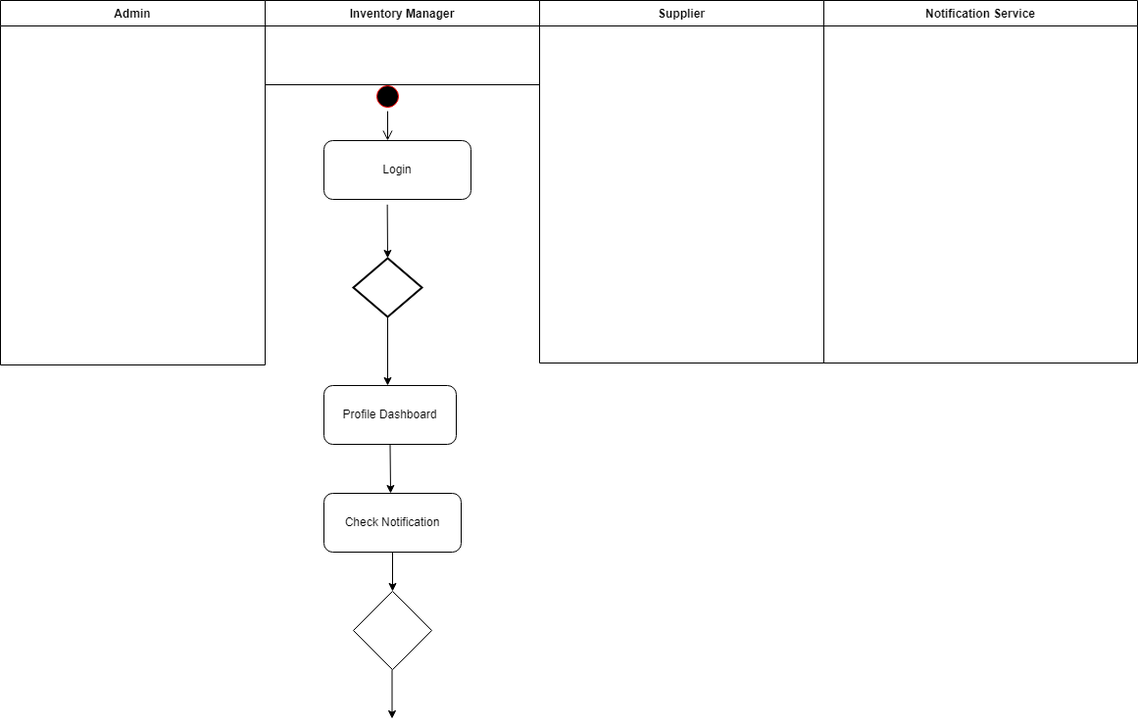
Above: Activity Diagram for Inventory Management System.drawio.png in hrk-berserker27/hrk-berserker27 (draw.io), before the change. Source tidied: cells renumbered, new cells last; positions are measured from the earlier drawing's top-left corner, leaving out a move shared by most shapes. The source it was exported from:
```xml
<mxGraphModel>
  <root>
    <mxCell id="0" />
    <mxCell id="1" parent="0" />
    <mxCell id="2" value="Admin" style="swimlane;fontStyle=1;horizontal=1;startSize=26;fillColor=none;" parent="1" vertex="1">
      <mxGeometry width="270" height="372" as="geometry" />
    </mxCell>
    <mxCell id="3" value="Inventory Manager" style="swimlane;fontStyle=1;align=center;verticalAlign=top;horizontal=1;startSize=26;" parent="1" vertex="1">
      <mxGeometry x="270" width="280" height="86" as="geometry" />
    </mxCell>
    <mxCell id="4" value="Supplier" style="swimlane;fontStyle=1;horizontal=1;startSize=26;fillColor=none;" parent="1" vertex="1">
      <mxGeometry x="550" width="290" height="370" as="geometry" />
    </mxCell>
    <mxCell id="5" value="Notification Service" style="swimlane;fontStyle=1;align=center;verticalAlign=top;horizontal=1;startSize=26;" parent="1" vertex="1">
      <mxGeometry x="840" width="320" height="370" as="geometry" />
    </mxCell>
    <mxCell id="6" style="html=1;verticalAlign=bottom;endArrow=open;endSize=8;strokeColor=#000000;rounded=0;" parent="1" edge="1" source="7">
      <mxGeometry relative="1" as="geometry">
        <mxPoint x="395" y="143" as="targetPoint" />
      </mxGeometry>
    </mxCell>
    <mxCell id="7" style="ellipse;html=1;shape=startState;fillColor=#000000;strokeColor=#ff0000;" parent="1" vertex="1">
      <mxGeometry x="380" y="83" width="30" height="30" as="geometry" />
    </mxCell>
    <mxCell id="8" value="Login" style="rounded=1;whiteSpace=wrap;html=1;" parent="1" vertex="1">
      <mxGeometry x="330" y="143" width="150" height="60" as="geometry" />
    </mxCell>
    <mxCell id="9" style="endArrow=classic;html=1;rounded=0;exitX=0.431;exitY=1.089;exitDx=0;exitDy=0;exitPerimeter=0;" parent="1" edge="1" source="8">
      <mxGeometry relative="1" as="geometry">
        <mxPoint x="395" y="263" as="targetPoint" />
      </mxGeometry>
    </mxCell>
    <mxCell id="10" style="strokeWidth=2;html=1;shape=mxgraph.flowchart.decision;whiteSpace=wrap;" parent="1" vertex="1">
      <mxGeometry x="360" y="263" width="70" height="60" as="geometry" />
    </mxCell>
    <mxCell id="11" style="endArrow=classic;html=1;rounded=0;strokeColor=#000000;exitX=0.5;exitY=1;exitDx=0;exitDy=0;exitPerimeter=0;" parent="1" edge="1" source="10">
      <mxGeometry relative="1" as="geometry">
        <mxPoint x="395" y="393" as="targetPoint" />
      </mxGeometry>
    </mxCell>
    <mxCell id="12" style="edgeStyle=none;rounded=0;orthogonalLoop=1;jettySize=auto;html=1;entryX=0.5;entryY=1;entryDx=0;entryDy=0;entryPerimeter=0;strokeColor=#000000;" parent="1" edge="1" source="10" target="10">
      <mxGeometry relative="1" as="geometry" />
    </mxCell>
    <mxCell id="13" value="Profile Dashboard" style="rounded=1;whiteSpace=wrap;html=1;" parent="1" vertex="1">
      <mxGeometry x="330" y="393" width="135" height="60" as="geometry" />
    </mxCell>
    <mxCell id="14" style="endArrow=classic;html=1;rounded=0;strokeColor=#000000;exitX=0.5;exitY=1;exitDx=0;exitDy=0;" parent="1" edge="1" source="13">
      <mxGeometry relative="1" as="geometry">
        <mxPoint x="398" y="503" as="targetPoint" />
      </mxGeometry>
    </mxCell>
    <mxCell id="15" value="Check Notification" style="rounded=1;whiteSpace=wrap;html=1;" parent="1" vertex="1">
      <mxGeometry x="330" y="503" width="140" height="60" as="geometry" />
    </mxCell>
    <mxCell id="16" style="endArrow=classic;html=1;rounded=0;strokeColor=#000000;exitX=0.5;exitY=1;exitDx=0;exitDy=0;" parent="1" edge="1" source="15">
      <mxGeometry relative="1" as="geometry">
        <mxPoint x="400" y="603" as="targetPoint" />
      </mxGeometry>
    </mxCell>
    <mxCell id="17" style="rhombus;whiteSpace=wrap;html=1;" parent="1" vertex="1">
      <mxGeometry x="360" y="603" width="80" height="80" as="geometry" />
    </mxCell>
    <mxCell id="18" style="endArrow=classic;html=1;rounded=0;strokeColor=#000000;" parent="1" edge="1">
      <mxGeometry relative="1" as="geometry">
        <mxPoint x="399.5" y="683" as="sourcePoint" />
        <mxPoint x="399.5" y="733" as="targetPoint" />
      </mxGeometry>
    </mxCell>
  </root>
</mxGraphModel>
```
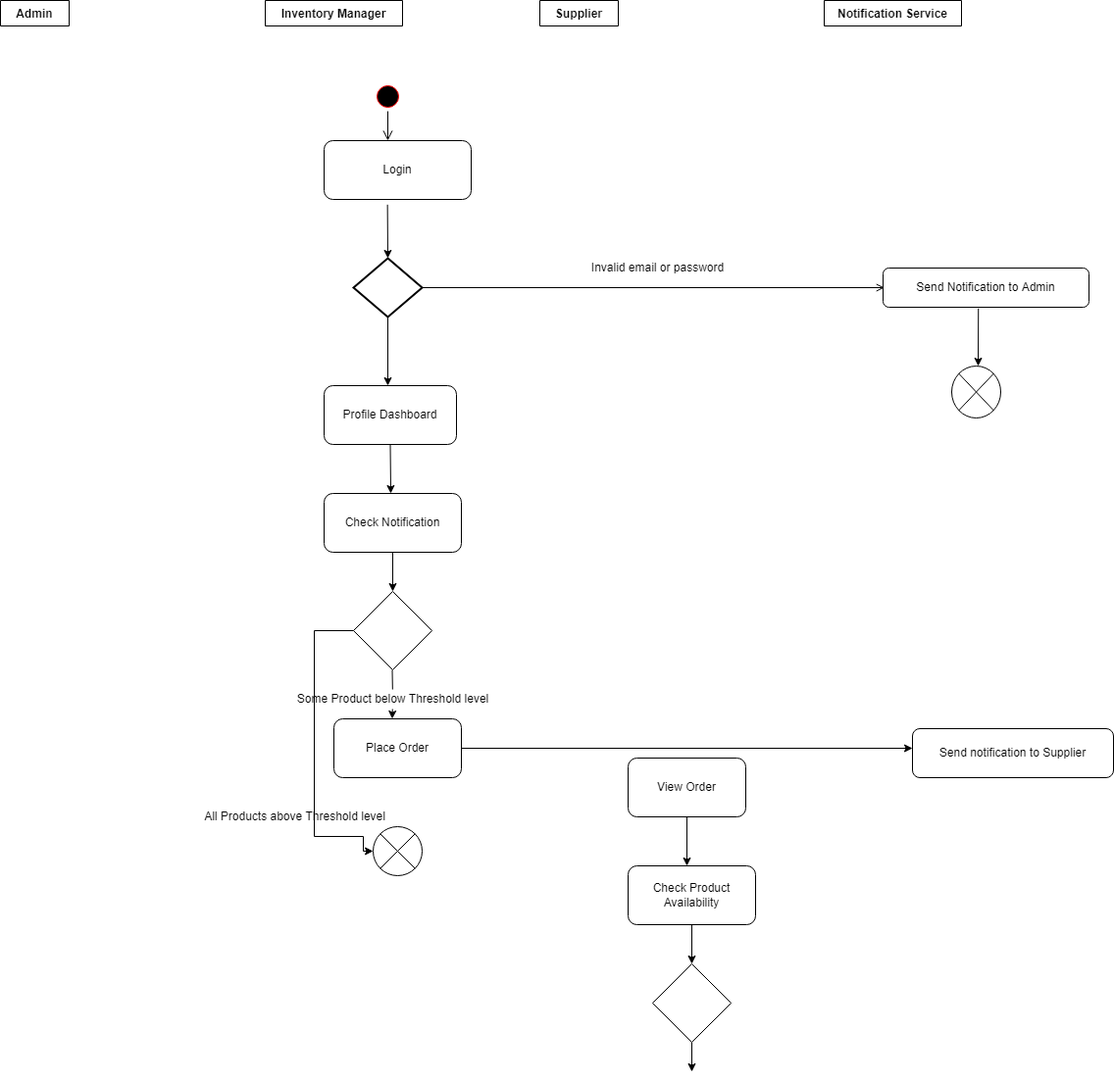
Later version of the same file.

Change to the diagram source:
```diff
@@ -2,17 +2,20 @@
   <root>
     <mxCell id="0" />
     <mxCell id="1" parent="0" />
+    <mxCell id="19" value="Some Product below Threshold level" style="text;html=1;align=center;verticalAlign=middle;points=[];fillColor=none;strokeColor=none;rounded=0;" parent="1" vertex="1">
+      <mxGeometry x="295" y="703" width="210" height="20" as="geometry" />
+    </mxCell>
-    <mxCell id="2" value="Admin" style="swimlane;fontStyle=1;horizontal=1;startSize=26;fillColor=none;" parent="1" vertex="1">
-      <mxGeometry width="270" height="372" as="geometry" />
+    <mxCell id="2" value="Admin" style="swimlane;fontStyle=1;horizontal=1;startSize=26;fillColor=none;" parent="1" vertex="1" collapsed="1">
+      <mxGeometry width="70" height="26" as="geometry" />
     </mxCell>
-    <mxCell id="3" value="Inventory Manager" style="swimlane;fontStyle=1;align=center;verticalAlign=top;horizontal=1;startSize=26;" parent="1" vertex="1">
-      <mxGeometry x="270" width="280" height="86" as="geometry" />
+    <mxCell id="3" value="Inventory Manager" style="swimlane;fontStyle=1;align=center;verticalAlign=top;horizontal=1;startSize=26;" parent="1" vertex="1" collapsed="1">
+      <mxGeometry x="270" width="140" height="26" as="geometry" />
     </mxCell>
-    <mxCell id="4" value="Supplier" style="swimlane;fontStyle=1;horizontal=1;startSize=26;fillColor=none;" parent="1" vertex="1">
-      <mxGeometry x="550" width="290" height="370" as="geometry" />
+    <mxCell id="4" value="Supplier" style="swimlane;fontStyle=1;horizontal=1;startSize=26;fillColor=none;" parent="1" vertex="1" collapsed="1">
+      <mxGeometry x="550" width="80" height="26" as="geometry" />
     </mxCell>
-    <mxCell id="5" value="Notification Service" style="swimlane;fontStyle=1;align=center;verticalAlign=top;horizontal=1;startSize=26;" parent="1" vertex="1">
-      <mxGeometry x="840" width="320" height="370" as="geometry" />
+    <mxCell id="5" value="Notification Service" style="swimlane;fontStyle=1;align=center;verticalAlign=top;horizontal=1;startSize=26;" parent="1" vertex="1" collapsed="1">
+      <mxGeometry x="840" width="140" height="26" as="geometry" />
     </mxCell>
     <mxCell id="6" style="html=1;verticalAlign=bottom;endArrow=open;endSize=8;strokeColor=#000000;rounded=0;" parent="1" edge="1" source="7">
       <mxGeometry relative="1" as="geometry">
@@ -60,11 +63,85 @@
     <mxCell id="17" style="rhombus;whiteSpace=wrap;html=1;" parent="1" vertex="1">
       <mxGeometry x="360" y="603" width="80" height="80" as="geometry" />
     </mxCell>
-    <mxCell id="18" style="endArrow=classic;html=1;rounded=0;strokeColor=#000000;" parent="1" edge="1">
+    <mxCell id="18" style="endArrow=classic;html=1;rounded=0;strokeColor=#000000;startArrow=none;" parent="1" edge="1" source="19">
       <mxGeometry relative="1" as="geometry">
-        <mxPoint x="399.5" y="683" as="sourcePoint" />
         <mxPoint x="399.5" y="733" as="targetPoint" />
       </mxGeometry>
     </mxCell>
+    <mxCell id="20" value="Place Order" style="rounded=1;whiteSpace=wrap;html=1;" parent="1" vertex="1">
+      <mxGeometry x="340" y="733" width="130" height="60" as="geometry" />
+    </mxCell>
+    <mxCell id="21" style="verticalLabelPosition=bottom;verticalAlign=top;html=1;shape=mxgraph.flowchart.or;" parent="1" vertex="1">
+      <mxGeometry x="380" y="843" width="50" height="50" as="geometry" />
+    </mxCell>
+    <mxCell id="22" style="endArrow=open;html=1;rounded=0;strokeColor=#000000;exitX=1;exitY=0.5;exitDx=0;exitDy=0;exitPerimeter=0;endFill=0;" parent="1" edge="1" source="10">
+      <mxGeometry relative="1" as="geometry">
+        <mxPoint x="901.3" y="293" as="targetPoint" />
+      </mxGeometry>
+    </mxCell>
+    <mxCell id="23" value="Send Notification to Admin" style="rounded=1;whiteSpace=wrap;html=1;" parent="1" vertex="1">
+      <mxGeometry x="900" y="273" width="210" height="40" as="geometry" />
+    </mxCell>
+    <mxCell id="24" style="endArrow=classic;html=1;rounded=0;strokeColor=#000000;exitX=0.463;exitY=1.032;exitDx=0;exitDy=0;exitPerimeter=0;" parent="1" edge="1" source="23">
+      <mxGeometry relative="1" as="geometry">
+        <mxPoint x="997" y="373" as="targetPoint" />
+      </mxGeometry>
+    </mxCell>
+    <mxCell id="25" style="verticalLabelPosition=bottom;verticalAlign=top;html=1;shape=mxgraph.flowchart.or;" parent="1" vertex="1">
+      <mxGeometry x="970" y="373" width="50" height="53" as="geometry" />
+    </mxCell>
+    <mxCell id="26" style="endArrow=none;html=1;rounded=0;strokeColor=#000000;" parent="1" edge="1" target="19">
+      <mxGeometry relative="1" as="geometry">
+        <mxPoint x="399.5" y="683" as="sourcePoint" />
+      </mxGeometry>
+    </mxCell>
+    <mxCell id="27" style="endArrow=classic;html=1;rounded=0;strokeColor=#000000;exitX=0;exitY=0.5;exitDx=0;exitDy=0;edgeStyle=orthogonalEdgeStyle;entryX=0;entryY=0.5;entryDx=0;entryDy=0;entryPerimeter=0;" parent="1" edge="1" source="17" target="21">
+      <mxGeometry relative="1" as="geometry">
+        <Array as="points">
+          <mxPoint x="320" y="643" />
+          <mxPoint x="320" y="853" />
+          <mxPoint x="370" y="853" />
+          <mxPoint x="370" y="868" />
+        </Array>
+      </mxGeometry>
+    </mxCell>
+    <mxCell id="28" value="All Products above Threshold level" style="text;html=1;align=center;verticalAlign=middle;fillColor=none;strokeColor=none;rounded=0;" parent="1" vertex="1">
+      <mxGeometry x="200" y="823" width="200" height="20" as="geometry" />
+    </mxCell>
+    <mxCell id="29" value="Invalid email or password" style="text;html=1;align=center;verticalAlign=middle;fillColor=none;strokeColor=none;rounded=0;" parent="1" vertex="1">
+      <mxGeometry x="595" y="263" width="150" height="20" as="geometry" />
+    </mxCell>
+    <mxCell id="30" style="endArrow=classic;html=1;rounded=0;strokeColor=#000000;exitX=1;exitY=0.5;exitDx=0;exitDy=0;" parent="1" edge="1" source="20">
+      <mxGeometry relative="1" as="geometry">
+        <mxPoint x="930" y="763" as="targetPoint" />
+      </mxGeometry>
+    </mxCell>
+    <mxCell id="31" value="Send notification to Supplier" style="rounded=1;whiteSpace=wrap;html=1;" parent="1" vertex="1">
+      <mxGeometry x="930" y="743" width="205" height="50" as="geometry" />
+    </mxCell>
+    <mxCell id="32" value="View Order" style="rounded=1;whiteSpace=wrap;html=1;" parent="1" vertex="1">
+      <mxGeometry x="640" y="773" width="120" height="60" as="geometry" />
+    </mxCell>
+    <mxCell id="33" style="endArrow=classic;html=1;rounded=0;strokeColor=#000000;exitX=0.5;exitY=1;exitDx=0;exitDy=0;" parent="1" edge="1" source="32">
+      <mxGeometry relative="1" as="geometry">
+        <mxPoint x="700" y="883" as="targetPoint" />
+      </mxGeometry>
+    </mxCell>
+    <mxCell id="34" value="Check Product Availability" style="rounded=1;whiteSpace=wrap;html=1;" parent="1" vertex="1">
+      <mxGeometry x="640" y="883" width="130" height="60" as="geometry" />
+    </mxCell>
+    <mxCell id="35" style="endArrow=classic;html=1;rounded=0;strokeColor=#000000;exitX=0.5;exitY=1;exitDx=0;exitDy=0;" parent="1" edge="1" source="34">
+      <mxGeometry relative="1" as="geometry">
+        <mxPoint x="705" y="983" as="targetPoint" />
+      </mxGeometry>
+    </mxCell>
+    <mxCell id="36" style="rhombus;whiteSpace=wrap;html=1;" parent="1" vertex="1">
+      <mxGeometry x="665" y="983" width="80" height="80" as="geometry" />
+    </mxCell>
+    <mxCell id="37" style="endArrow=classic;html=1;rounded=0;strokeColor=#000000;exitX=0.5;exitY=1;exitDx=0;exitDy=0;" parent="1" edge="1" source="36">
+      <mxGeometry relative="1" as="geometry">
+        <mxPoint x="705" y="1093" as="targetPoint" />
+      </mxGeometry>
+    </mxCell>
   </root>
 </mxGraphModel>
```
